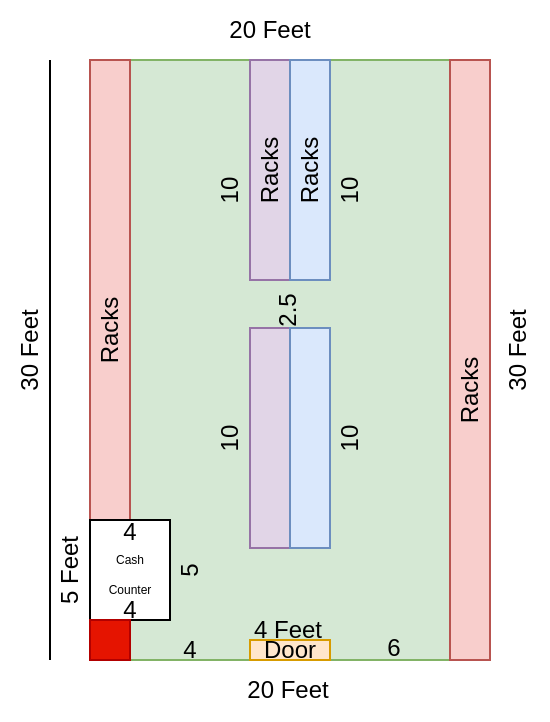
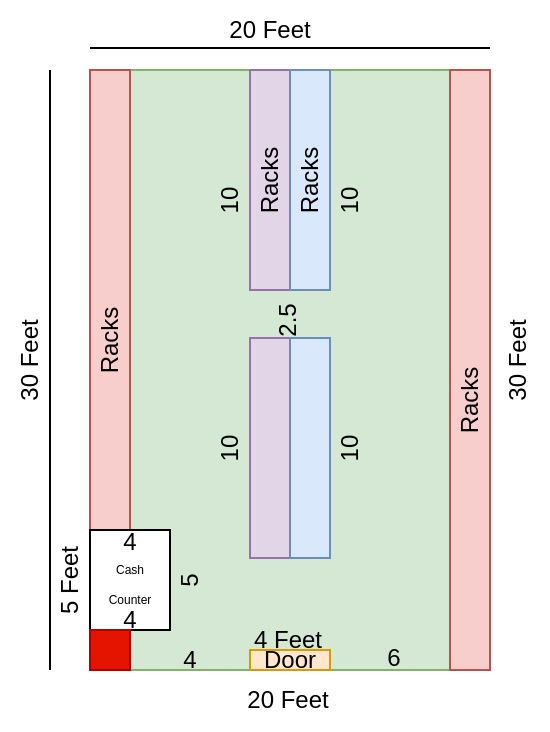
<mxfile host="app.diagrams.net">
  <diagram name="Page-1" id="zG6hiOXuOmAUIq7qCYwK">
    <mxGraphModel dx="651" dy="364" grid="1" gridSize="10" guides="1" tooltips="1" connect="1" arrows="1" fold="1" page="1" pageScale="1" pageWidth="827" pageHeight="1169" math="0" shadow="0">
      <root>
        <mxCell id="0" />
        <mxCell id="1" parent="0" />
        <mxCell id="E7O0KfWV2V88D2bBGpZ0-1" parent="1" style="whiteSpace=wrap;html=1;fillColor=#d5e8d4;strokeColor=#82b366;" value="" vertex="1">
          <mxGeometry height="300" width="200" x="230" y="170" as="geometry" />
        </mxCell>
        <mxCell id="E7O0KfWV2V88D2bBGpZ0-2" parent="1" style="whiteSpace=wrap;html=1;fillColor=#f8cecc;strokeColor=#b85450;" value="" vertex="1">
          <mxGeometry height="230" width="20" x="230" y="170" as="geometry" />
        </mxCell>
        <mxCell id="E7O0KfWV2V88D2bBGpZ0-3" parent="1" style="whiteSpace=wrap;html=1;fillColor=#f8cecc;strokeColor=#b85450;" value="" vertex="1">
          <mxGeometry height="300" width="20" x="410" y="170" as="geometry" />
        </mxCell>
        <mxCell id="E7O0KfWV2V88D2bBGpZ0-4" parent="1" style="whiteSpace=wrap;html=1;fillColor=#e1d5e7;strokeColor=#9673a6;" value="" vertex="1">
          <mxGeometry height="110" width="20" x="310" y="170" as="geometry" />
        </mxCell>
        <mxCell id="E7O0KfWV2V88D2bBGpZ0-5" parent="1" style="whiteSpace=wrap;html=1;fillColor=#dae8fc;strokeColor=#6c8ebf;" value="" vertex="1">
          <mxGeometry height="110" width="20" x="330" y="170" as="geometry" />
        </mxCell>
        <mxCell id="E7O0KfWV2V88D2bBGpZ0-6" parent="1" style="whiteSpace=wrap;html=1;" value="&lt;font style=&quot;font-size: 6px;&quot;&gt;Cash&lt;/font&gt;&lt;div&gt;&lt;font style=&quot;font-size: 6px;&quot;&gt;Counter&lt;/font&gt;&lt;/div&gt;" vertex="1">
          <mxGeometry height="50" width="40" x="230" y="400" as="geometry" />
        </mxCell>
        <mxCell id="E7O0KfWV2V88D2bBGpZ0-7" parent="1" style="text;html=1;whiteSpace=wrap;strokeColor=none;fillColor=none;align=center;verticalAlign=middle;rounded=0;rotation=270;" value="Racks" vertex="1">
          <mxGeometry height="30" width="60" x="310" y="210" as="geometry" />
        </mxCell>
        <mxCell id="E7O0KfWV2V88D2bBGpZ0-8" parent="1" style="text;html=1;whiteSpace=wrap;strokeColor=none;fillColor=none;align=center;verticalAlign=middle;rounded=0;rotation=270;" value="Racks" vertex="1">
          <mxGeometry height="30" width="60" x="390" y="320" as="geometry" />
        </mxCell>
        <mxCell id="E7O0KfWV2V88D2bBGpZ0-9" parent="1" style="text;html=1;whiteSpace=wrap;strokeColor=none;fillColor=none;align=center;verticalAlign=middle;rounded=0;rotation=270;" value="Racks" vertex="1">
          <mxGeometry height="30" width="60" x="290" y="210" as="geometry" />
        </mxCell>
        <mxCell id="E7O0KfWV2V88D2bBGpZ0-10" parent="1" style="text;html=1;whiteSpace=wrap;strokeColor=none;fillColor=none;align=center;verticalAlign=middle;rounded=0;rotation=270;" value="Racks" vertex="1">
          <mxGeometry height="30" width="60" x="210" y="290" as="geometry" />
        </mxCell>
        <mxCell id="E7O0KfWV2V88D2bBGpZ0-11" parent="1" style="text;html=1;whiteSpace=wrap;strokeColor=#d79b00;fillColor=#ffe6cc;align=center;verticalAlign=middle;rounded=0;" value="Door" vertex="1">
          <mxGeometry height="10" width="40" x="310" y="460" as="geometry" />
        </mxCell>
        <mxCell id="E7O0KfWV2V88D2bBGpZ0-12" parent="1" style="text;html=1;whiteSpace=wrap;strokeColor=none;fillColor=none;align=center;verticalAlign=middle;rounded=0;" value="20 Feet" vertex="1">
          <mxGeometry height="30" width="60" x="299" y="470" as="geometry" />
        </mxCell>
        <mxCell id="E7O0KfWV2V88D2bBGpZ0-13" parent="1" style="text;html=1;whiteSpace=wrap;strokeColor=none;fillColor=none;align=center;verticalAlign=middle;rounded=0;" value="20 Feet" vertex="1">
-           <mxGeometry height="30" width="60" x="290" y="140" as="geometry" />
+           <mxGeometry height="30" width="60" x="290" y="135" as="geometry" />
        </mxCell>
        <mxCell id="E7O0KfWV2V88D2bBGpZ0-14" parent="1" style="text;html=1;whiteSpace=wrap;strokeColor=none;fillColor=none;align=center;verticalAlign=middle;rounded=0;rotation=270;" value="30 Feet" vertex="1">
          <mxGeometry height="30" width="60" x="414" y="300" as="geometry" />
        </mxCell>
        <mxCell id="E7O0KfWV2V88D2bBGpZ0-15" parent="1" style="text;html=1;whiteSpace=wrap;strokeColor=none;fillColor=none;align=center;verticalAlign=middle;rounded=0;rotation=270;" value="30 Feet" vertex="1">
          <mxGeometry height="30" width="60" x="170" y="300" as="geometry" />
        </mxCell>
        <mxCell id="E7O0KfWV2V88D2bBGpZ0-18" parent="1" style="whiteSpace=wrap;html=1;fillColor=#e1d5e7;strokeColor=#9673a6;" value="" vertex="1">
          <mxGeometry height="110" width="20" x="310" y="304" as="geometry" />
        </mxCell>
        <mxCell id="E7O0KfWV2V88D2bBGpZ0-20" parent="1" style="whiteSpace=wrap;html=1;fillColor=#dae8fc;strokeColor=#6c8ebf;" value="" vertex="1">
          <mxGeometry height="110" width="20" x="330" y="304" as="geometry" />
        </mxCell>
        <mxCell id="E7O0KfWV2V88D2bBGpZ0-21" parent="1" style="text;html=1;whiteSpace=wrap;strokeColor=none;fillColor=none;align=center;verticalAlign=middle;rounded=0;" value="4 Feet" vertex="1">
          <mxGeometry height="10" width="50" x="304" y="450" as="geometry" />
        </mxCell>
        <mxCell id="E7O0KfWV2V88D2bBGpZ0-22" parent="1" style="whiteSpace=wrap;html=1;aspect=fixed;fillColor=#e51400;fontColor=#ffffff;strokeColor=#B20000;" value="" vertex="1">
          <mxGeometry height="20" width="20" x="230" y="450" as="geometry" />
        </mxCell>
        <mxCell id="E7O0KfWV2V88D2bBGpZ0-25" parent="1" style="text;html=1;whiteSpace=wrap;strokeColor=none;fillColor=none;align=center;verticalAlign=middle;rounded=0;rotation=270;" value="5 Feet" vertex="1">
          <mxGeometry height="10" width="40" x="200" y="420" as="geometry" />
        </mxCell>
        <mxCell id="E7O0KfWV2V88D2bBGpZ0-26" parent="1" style="text;html=1;whiteSpace=wrap;strokeColor=none;fillColor=none;align=center;verticalAlign=middle;rounded=0;" value="4" vertex="1">
          <mxGeometry height="10" width="20" x="240" y="440" as="geometry" />
        </mxCell>
        <mxCell id="E7O0KfWV2V88D2bBGpZ0-27" parent="1" style="text;html=1;whiteSpace=wrap;strokeColor=none;fillColor=none;align=center;verticalAlign=middle;rounded=0;" value="4" vertex="1">
          <mxGeometry height="10" width="20" x="240" y="401" as="geometry" />
        </mxCell>
        <mxCell id="E7O0KfWV2V88D2bBGpZ0-28" parent="1" style="text;html=1;whiteSpace=wrap;strokeColor=none;fillColor=none;align=center;verticalAlign=middle;rounded=0;rotation=270;" value="5" vertex="1">
          <mxGeometry height="10" width="20" x="270" y="420" as="geometry" />
        </mxCell>
        <mxCell id="E7O0KfWV2V88D2bBGpZ0-29" parent="1" style="text;html=1;whiteSpace=wrap;strokeColor=none;fillColor=none;align=center;verticalAlign=middle;rounded=0;rotation=270;" value="10" vertex="1">
          <mxGeometry height="10" width="20" x="290" y="230" as="geometry" />
        </mxCell>
        <mxCell id="E7O0KfWV2V88D2bBGpZ0-30" parent="1" style="text;html=1;whiteSpace=wrap;strokeColor=none;fillColor=none;align=center;verticalAlign=middle;rounded=0;rotation=270;" value="10" vertex="1">
          <mxGeometry height="10" width="20" x="350" y="230" as="geometry" />
        </mxCell>
        <mxCell id="E7O0KfWV2V88D2bBGpZ0-31" parent="1" style="text;html=1;whiteSpace=wrap;strokeColor=none;fillColor=none;align=center;verticalAlign=middle;rounded=0;rotation=270;" value="10" vertex="1">
          <mxGeometry height="10" width="20" x="290" y="354" as="geometry" />
        </mxCell>
        <mxCell id="E7O0KfWV2V88D2bBGpZ0-32" parent="1" style="text;html=1;whiteSpace=wrap;strokeColor=none;fillColor=none;align=center;verticalAlign=middle;rounded=0;rotation=270;" value="10" vertex="1">
          <mxGeometry height="10" width="20" x="350" y="354" as="geometry" />
        </mxCell>
        <mxCell id="E7O0KfWV2V88D2bBGpZ0-34" parent="1" style="text;html=1;whiteSpace=wrap;strokeColor=none;fillColor=none;align=center;verticalAlign=middle;rounded=0;" value="4" vertex="1">
          <mxGeometry height="10" width="20" x="270" y="460" as="geometry" />
        </mxCell>
        <mxCell id="E7O0KfWV2V88D2bBGpZ0-35" parent="1" style="text;html=1;whiteSpace=wrap;strokeColor=none;fillColor=none;align=center;verticalAlign=middle;rounded=0;" value="6" vertex="1">
          <mxGeometry height="10" width="20" x="372" y="459" as="geometry" />
        </mxCell>
        <mxCell id="E7O0KfWV2V88D2bBGpZ0-37" parent="1" style="text;html=1;whiteSpace=wrap;strokeColor=none;fillColor=none;align=center;verticalAlign=middle;rounded=0;rotation=270;" value="2.5" vertex="1">
          <mxGeometry height="10" width="20" x="319" y="290" as="geometry" />
        </mxCell>
        <mxCell id="E7O0KfWV2V88D2bBGpZ0-38" edge="1" parent="1" style="endArrow=none;html=1;rounded=0;" value="">
          <mxGeometry height="50" relative="1" width="50" as="geometry">
            <mxPoint x="210" y="470" as="sourcePoint" />
            <mxPoint x="210" y="170" as="targetPoint" />
          </mxGeometry>
        </mxCell>
+         <mxCell id="E7O0KfWV2V88D2bBGpZ0-39" edge="1" parent="1" style="endArrow=none;html=1;rounded=0;" value="">
+           <mxGeometry height="50" relative="1" width="50" as="geometry">
+             <mxPoint x="230" y="159" as="sourcePoint" />
+             <mxPoint x="430" y="159" as="targetPoint" />
+           </mxGeometry>
+         </mxCell>
      </root>
    </mxGraphModel>
  </diagram>
</mxfile>
